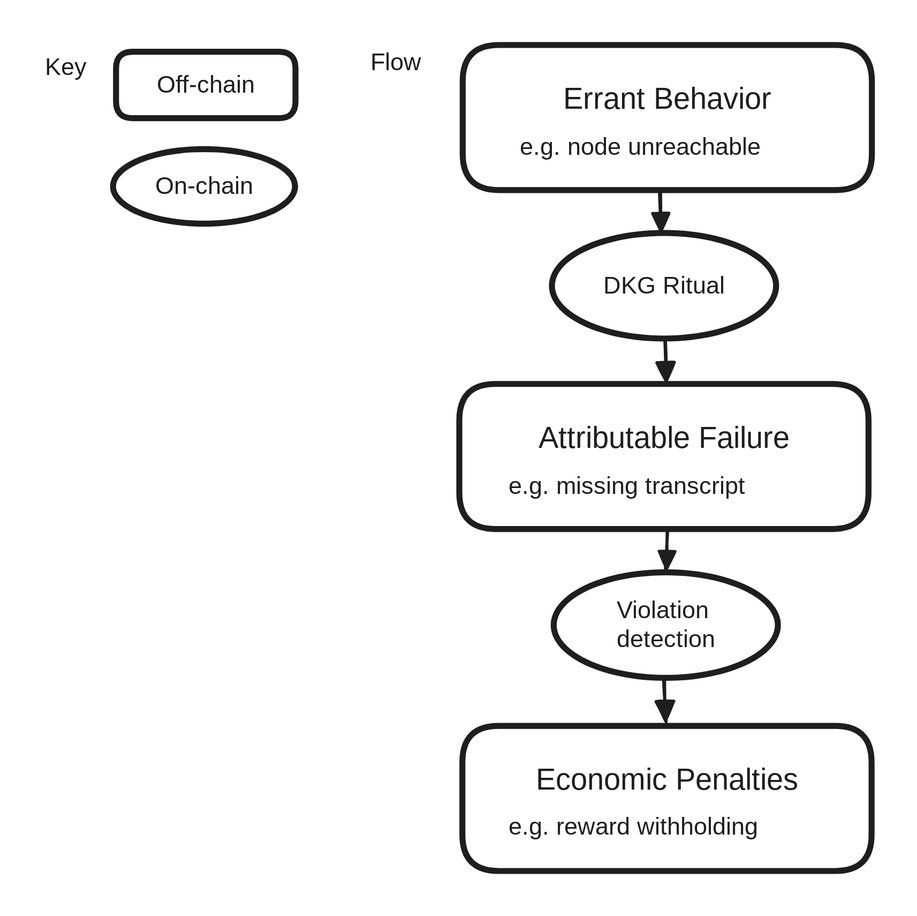
This is docs/.gitbook/assets/file.excalidraw (2).svg from threshold-network/threshold, a Excalidraw export, as it was before one commit. Source tidied: one line per element, renumbered; positions are measured from the earlier drawing's top-left corner, leaving out a move shared by most shapes. Its diagram source:
```json
{"id": 0, "type": "rectangle", "strokeColor": "#1e1e1e", "strokeWidth": 4, "roughness": 0, "round": true, "x": 279, "y": 0, "width": 273, "height": 97}
{"id": 1, "type": "text", "text": "Errant Behavior\n", "strokeColor": "#1e1e1e", "strokeWidth": 4, "roughness": 0, "fontSize": 20, "fontFamily": 3, "textAlign": "center", "verticalAlign": "middle", "inside": 0, "x": 327, "y": 24, "width": 176, "height": 48}
{"id": 2, "type": "text", "text": "e.g. node unreachable", "strokeColor": "#1e1e1e", "strokeWidth": 4, "roughness": 0, "fontSize": 16, "fontFamily": 3, "x": 317, "y": 58, "width": 197, "height": 19}
{"id": 3, "type": "ellipse", "strokeColor": "#1e1e1e", "strokeWidth": 4, "roughness": 0, "round": true, "x": 338, "y": 125, "width": 150, "height": 70}
{"id": 4, "type": "text", "text": "DKG Ritual", "strokeColor": "#1e1e1e", "strokeWidth": 4, "roughness": 0, "fontSize": 16, "fontFamily": 3, "textAlign": "center", "verticalAlign": "middle", "inside": 3, "x": 366, "y": 151, "width": 94, "height": 19}
{"id": 5, "type": "ellipse", "strokeColor": "#1e1e1e", "strokeWidth": 4, "roughness": 0, "round": true, "x": 339, "y": 352, "width": 150, "height": 70}
{"id": 6, "type": "text", "text": "Violation \ndetection", "strokeColor": "#1e1e1e", "strokeWidth": 4, "roughness": 0, "fontSize": 16, "fontFamily": 3, "textAlign": "center", "verticalAlign": "middle", "inside": 5, "x": 367, "y": 368, "width": 94, "height": 38}
{"id": 7, "type": "rectangle", "strokeColor": "#1e1e1e", "strokeWidth": 4, "roughness": 0, "round": true, "x": 276, "y": 226, "width": 273, "height": 97}
{"id": 8, "type": "text", "text": "Attributable Failure\n", "strokeColor": "#1e1e1e", "strokeWidth": 4, "roughness": 0, "fontSize": 20, "fontFamily": 3, "textAlign": "center", "verticalAlign": "middle", "inside": 7, "x": 296, "y": 250, "width": 234, "height": 48}
{"id": 9, "type": "text", "text": "e.g. missing transcript", "strokeColor": "#1e1e1e", "strokeWidth": 4, "roughness": 0, "fontSize": 16, "fontFamily": 3, "x": 309, "y": 285, "width": 216, "height": 19}
{"id": 10, "type": "rectangle", "strokeColor": "#1e1e1e", "strokeWidth": 4, "roughness": 0, "round": true, "x": 278, "y": 454, "width": 273, "height": 97}
{"id": 11, "type": "text", "text": "Economic Penalties\n", "strokeColor": "#1e1e1e", "strokeWidth": 4, "roughness": 0, "fontSize": 20, "fontFamily": 3, "textAlign": "center", "verticalAlign": "middle", "inside": 10, "x": 309, "y": 478, "width": 211, "height": 48}
{"id": 12, "type": "text", "text": "e.g. reward withholding", "strokeColor": "#1e1e1e", "strokeWidth": 4, "roughness": 0, "fontSize": 16, "fontFamily": 3, "x": 309, "y": 512, "width": 216, "height": 19}
{"id": 13, "type": "arrow", "strokeColor": "#1e1e1e", "strokeWidth": 2, "roughness": 1, "endArrowhead": "triangle", "round": true, "from": 0, "to": 3, "x": 410, "y": 99, "width": 0, "height": 26, "points": [[0, 0], [0, 26]]}
{"id": 14, "type": "arrow", "strokeColor": "#1e1e1e", "strokeWidth": 2, "roughness": 1, "endArrowhead": "triangle", "round": true, "from": 3, "to": 7, "x": 413, "y": 197, "width": 1, "height": 27, "points": [[0, 0], [1, 27]]}
{"id": 15, "type": "arrow", "strokeColor": "#1e1e1e", "strokeWidth": 2, "roughness": 1, "endArrowhead": "triangle", "round": true, "from": 7, "to": 5, "x": 415, "y": 325, "width": 1, "height": 25, "points": [[0, 0], [-1, 25]]}
{"id": 16, "type": "arrow", "strokeColor": "#1e1e1e", "strokeWidth": 2, "roughness": 1, "endArrowhead": "triangle", "round": true, "from": 5, "to": 10, "x": 413, "y": 423, "width": 1, "height": 28, "points": [[0, 0], [1, 28]]}
{"id": 17, "type": "rectangle", "strokeColor": "#1e1e1e", "strokeWidth": 4, "roughness": 0, "round": true, "x": 47, "y": 5, "width": 120, "height": 44}
{"id": 18, "type": "text", "text": "Off-chain", "strokeColor": "#1e1e1e", "strokeWidth": 4, "roughness": 0, "fontSize": 16.03, "fontFamily": 3, "textAlign": "center", "verticalAlign": "middle", "inside": 17, "x": 65, "y": 17, "width": 85, "height": 19}
{"id": 19, "type": "text", "text": "Key", "strokeColor": "#1e1e1e", "strokeWidth": 4, "roughness": 0, "fontSize": 16, "fontFamily": 3, "x": 0, "y": 5, "width": 28, "height": 19}
{"id": 20, "type": "text", "text": "Flow", "strokeColor": "#1e1e1e", "strokeWidth": 4, "roughness": 0, "fontSize": 16, "fontFamily": 3, "x": 217, "y": 2, "width": 38, "height": 19}
{"id": 21, "type": "ellipse", "strokeColor": "#1e1e1e", "strokeWidth": 4, "roughness": 0, "round": true, "x": 45, "y": 69, "width": 121, "height": 50}
{"id": 22, "type": "text", "text": "On-chain", "strokeColor": "#1e1e1e", "strokeWidth": 4, "roughness": 0, "fontSize": 16, "fontFamily": 3, "textAlign": "center", "verticalAlign": "middle", "inside": 21, "x": 69, "y": 85, "width": 75, "height": 19}
```
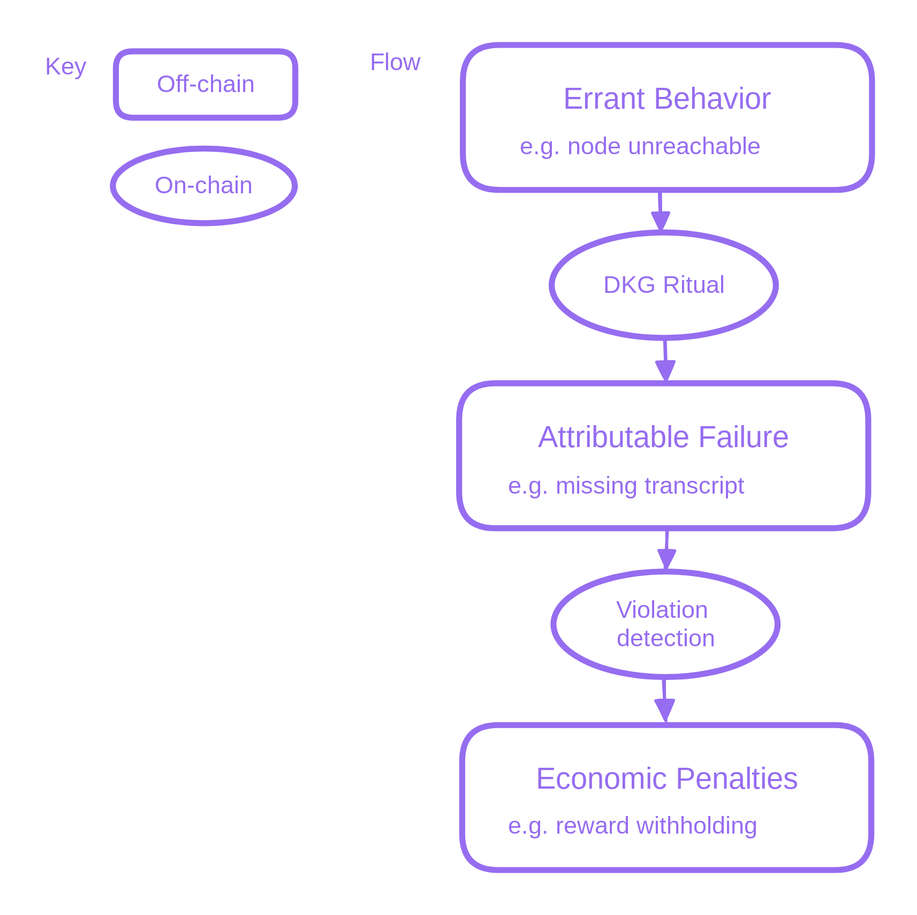
After the change.

Commit message:
GITBOOK-474: Diagram color fix

Diff of the diagram source:
```diff
@@ -1,23 +1,23 @@
-{"id": 0, "type": "rectangle", "strokeColor": "#1e1e1e", "strokeWidth": 4, "roughness": 0, "round": true, "x": 279, "y": 0, "width": 273, "height": 97}
+{"id": 0, "type": "rectangle", "strokeColor": "#966df0", "strokeWidth": 4, "roughness": 0, "round": true, "x": 279, "y": 0, "width": 273, "height": 97}
-{"id": 1, "type": "text", "text": "Errant Behavior\n", "strokeColor": "#1e1e1e", "strokeWidth": 4, "roughness": 0, "fontSize": 20, "fontFamily": 3, "textAlign": "center", "verticalAlign": "middle", "inside": 0, "x": 327, "y": 24, "width": 176, "height": 48}
+{"id": 1, "type": "text", "text": "Errant Behavior\n", "strokeColor": "#966df0", "strokeWidth": 4, "roughness": 0, "fontSize": 20, "fontFamily": 3, "textAlign": "center", "verticalAlign": "middle", "inside": 0, "x": 328, "y": 25, "width": 176, "height": 48}
-{"id": 2, "type": "text", "text": "e.g. node unreachable", "strokeColor": "#1e1e1e", "strokeWidth": 4, "roughness": 0, "fontSize": 16, "fontFamily": 3, "x": 317, "y": 58, "width": 197, "height": 19}
+{"id": 2, "type": "text", "text": "e.g. node unreachable", "strokeColor": "#966df0", "strokeWidth": 4, "roughness": 0, "fontSize": 16, "fontFamily": 3, "x": 317, "y": 58, "width": 197, "height": 19}
-{"id": 3, "type": "ellipse", "strokeColor": "#1e1e1e", "strokeWidth": 4, "roughness": 0, "round": true, "x": 338, "y": 125, "width": 150, "height": 70}
+{"id": 3, "type": "ellipse", "strokeColor": "#966df0", "strokeWidth": 4, "roughness": 0, "round": true, "x": 338, "y": 125, "width": 150, "height": 70}
-{"id": 4, "type": "text", "text": "DKG Ritual", "strokeColor": "#1e1e1e", "strokeWidth": 4, "roughness": 0, "fontSize": 16, "fontFamily": 3, "textAlign": "center", "verticalAlign": "middle", "inside": 3, "x": 366, "y": 151, "width": 94, "height": 19}
+{"id": 4, "type": "text", "text": "DKG Ritual", "strokeColor": "#966df0", "strokeWidth": 4, "roughness": 0, "fontSize": 16, "fontFamily": 3, "textAlign": "center", "verticalAlign": "middle", "inside": 3, "x": 366, "y": 151, "width": 94, "height": 19}
-{"id": 5, "type": "ellipse", "strokeColor": "#1e1e1e", "strokeWidth": 4, "roughness": 0, "round": true, "x": 339, "y": 352, "width": 150, "height": 70}
+{"id": 5, "type": "ellipse", "strokeColor": "#966df0", "strokeWidth": 4, "roughness": 0, "round": true, "x": 339, "y": 352, "width": 150, "height": 70}
-{"id": 6, "type": "text", "text": "Violation \ndetection", "strokeColor": "#1e1e1e", "strokeWidth": 4, "roughness": 0, "fontSize": 16, "fontFamily": 3, "textAlign": "center", "verticalAlign": "middle", "inside": 5, "x": 367, "y": 368, "width": 94, "height": 38}
+{"id": 6, "type": "text", "text": "Violation \ndetection", "strokeColor": "#966df0", "strokeWidth": 4, "roughness": 0, "fontSize": 16, "fontFamily": 3, "textAlign": "center", "verticalAlign": "middle", "inside": 5, "x": 367, "y": 368, "width": 94, "height": 38}
-{"id": 7, "type": "rectangle", "strokeColor": "#1e1e1e", "strokeWidth": 4, "roughness": 0, "round": true, "x": 276, "y": 226, "width": 273, "height": 97}
+{"id": 7, "type": "rectangle", "strokeColor": "#966df0", "strokeWidth": 4, "roughness": 0, "round": true, "x": 276, "y": 226, "width": 273, "height": 97}
-{"id": 8, "type": "text", "text": "Attributable Failure\n", "strokeColor": "#1e1e1e", "strokeWidth": 4, "roughness": 0, "fontSize": 20, "fontFamily": 3, "textAlign": "center", "verticalAlign": "middle", "inside": 7, "x": 296, "y": 250, "width": 234, "height": 48}
+{"id": 8, "type": "text", "text": "Attributable Failure\n", "strokeColor": "#966df0", "strokeWidth": 4, "roughness": 0, "fontSize": 20, "fontFamily": 3, "textAlign": "center", "verticalAlign": "middle", "inside": 7, "x": 296, "y": 250, "width": 234, "height": 48}
-{"id": 9, "type": "text", "text": "e.g. missing transcript", "strokeColor": "#1e1e1e", "strokeWidth": 4, "roughness": 0, "fontSize": 16, "fontFamily": 3, "x": 309, "y": 285, "width": 216, "height": 19}
+{"id": 9, "type": "text", "text": "e.g. missing transcript", "strokeColor": "#966df0", "strokeWidth": 4, "roughness": 0, "fontSize": 16, "fontFamily": 3, "x": 309, "y": 285, "width": 216, "height": 19}
-{"id": 10, "type": "rectangle", "strokeColor": "#1e1e1e", "strokeWidth": 4, "roughness": 0, "round": true, "x": 278, "y": 454, "width": 273, "height": 97}
+{"id": 10, "type": "rectangle", "strokeColor": "#966df0", "strokeWidth": 4, "roughness": 0, "round": true, "x": 278, "y": 454, "width": 273, "height": 97}
-{"id": 11, "type": "text", "text": "Economic Penalties\n", "strokeColor": "#1e1e1e", "strokeWidth": 4, "roughness": 0, "fontSize": 20, "fontFamily": 3, "textAlign": "center", "verticalAlign": "middle", "inside": 10, "x": 309, "y": 478, "width": 211, "height": 48}
+{"id": 11, "type": "text", "text": "Economic Penalties\n", "strokeColor": "#966df0", "strokeWidth": 4, "roughness": 0, "fontSize": 20, "fontFamily": 3, "textAlign": "center", "verticalAlign": "middle", "inside": 10, "x": 309, "y": 478, "width": 211, "height": 48}
-{"id": 12, "type": "text", "text": "e.g. reward withholding", "strokeColor": "#1e1e1e", "strokeWidth": 4, "roughness": 0, "fontSize": 16, "fontFamily": 3, "x": 309, "y": 512, "width": 216, "height": 19}
+{"id": 12, "type": "text", "text": "e.g. reward withholding", "strokeColor": "#966df0", "strokeWidth": 4, "roughness": 0, "fontSize": 16, "fontFamily": 3, "x": 309, "y": 512, "width": 216, "height": 19}
-{"id": 13, "type": "arrow", "strokeColor": "#1e1e1e", "strokeWidth": 2, "roughness": 1, "endArrowhead": "triangle", "round": true, "from": 0, "to": 3, "x": 410, "y": 99, "width": 0, "height": 26, "points": [[0, 0], [0, 26]]}
+{"id": 13, "type": "arrow", "strokeColor": "#966df0", "strokeWidth": 2, "roughness": 1, "endArrowhead": "triangle", "round": true, "from": 0, "to": 3, "x": 410, "y": 99, "width": 0, "height": 26, "points": [[0, 0], [0, 26]]}
-{"id": 14, "type": "arrow", "strokeColor": "#1e1e1e", "strokeWidth": 2, "roughness": 1, "endArrowhead": "triangle", "round": true, "from": 3, "to": 7, "x": 413, "y": 197, "width": 1, "height": 27, "points": [[0, 0], [1, 27]]}
+{"id": 14, "type": "arrow", "strokeColor": "#966df0", "strokeWidth": 2, "roughness": 1, "endArrowhead": "triangle", "round": true, "from": 3, "to": 7, "x": 413, "y": 197, "width": 1, "height": 27, "points": [[0, 0], [1, 27]]}
-{"id": 15, "type": "arrow", "strokeColor": "#1e1e1e", "strokeWidth": 2, "roughness": 1, "endArrowhead": "triangle", "round": true, "from": 7, "to": 5, "x": 415, "y": 325, "width": 1, "height": 25, "points": [[0, 0], [-1, 25]]}
+{"id": 15, "type": "arrow", "strokeColor": "#966df0", "strokeWidth": 2, "roughness": 1, "endArrowhead": "triangle", "round": true, "from": 7, "to": 5, "x": 415, "y": 325, "width": 1, "height": 25, "points": [[0, 0], [-1, 25]]}
-{"id": 16, "type": "arrow", "strokeColor": "#1e1e1e", "strokeWidth": 2, "roughness": 1, "endArrowhead": "triangle", "round": true, "from": 5, "to": 10, "x": 413, "y": 423, "width": 1, "height": 28, "points": [[0, 0], [1, 28]]}
+{"id": 16, "type": "arrow", "strokeColor": "#966df0", "strokeWidth": 2, "roughness": 1, "endArrowhead": "triangle", "round": true, "from": 5, "to": 10, "x": 413, "y": 423, "width": 1, "height": 28, "points": [[0, 0], [1, 28]]}
-{"id": 17, "type": "rectangle", "strokeColor": "#1e1e1e", "strokeWidth": 4, "roughness": 0, "round": true, "x": 47, "y": 5, "width": 120, "height": 44}
+{"id": 17, "type": "rectangle", "strokeColor": "#966df0", "strokeWidth": 4, "roughness": 0, "round": true, "x": 47, "y": 5, "width": 120, "height": 44}
-{"id": 18, "type": "text", "text": "Off-chain", "strokeColor": "#1e1e1e", "strokeWidth": 4, "roughness": 0, "fontSize": 16.03, "fontFamily": 3, "textAlign": "center", "verticalAlign": "middle", "inside": 17, "x": 65, "y": 17, "width": 85, "height": 19}
+{"id": 18, "type": "text", "text": "Off-chain", "strokeColor": "#966df0", "strokeWidth": 4, "roughness": 0, "fontSize": 16.03, "fontFamily": 3, "textAlign": "center", "verticalAlign": "middle", "inside": 17, "x": 65, "y": 17, "width": 85, "height": 19}
-{"id": 19, "type": "text", "text": "Key", "strokeColor": "#1e1e1e", "strokeWidth": 4, "roughness": 0, "fontSize": 16, "fontFamily": 3, "x": 0, "y": 5, "width": 28, "height": 19}
+{"id": 19, "type": "text", "text": "Key", "strokeColor": "#966df0", "strokeWidth": 4, "roughness": 0, "fontSize": 16, "fontFamily": 3, "x": 0, "y": 5, "width": 28, "height": 19}
-{"id": 20, "type": "text", "text": "Flow", "strokeColor": "#1e1e1e", "strokeWidth": 4, "roughness": 0, "fontSize": 16, "fontFamily": 3, "x": 217, "y": 2, "width": 38, "height": 19}
+{"id": 20, "type": "text", "text": "Flow", "strokeColor": "#966df0", "strokeWidth": 4, "roughness": 0, "fontSize": 16, "fontFamily": 3, "x": 217, "y": 2, "width": 38, "height": 19}
-{"id": 21, "type": "ellipse", "strokeColor": "#1e1e1e", "strokeWidth": 4, "roughness": 0, "round": true, "x": 45, "y": 69, "width": 121, "height": 50}
+{"id": 21, "type": "ellipse", "strokeColor": "#966df0", "strokeWidth": 4, "roughness": 0, "round": true, "x": 45, "y": 69, "width": 121, "height": 50}
-{"id": 22, "type": "text", "text": "On-chain", "strokeColor": "#1e1e1e", "strokeWidth": 4, "roughness": 0, "fontSize": 16, "fontFamily": 3, "textAlign": "center", "verticalAlign": "middle", "inside": 21, "x": 69, "y": 85, "width": 75, "height": 19}
+{"id": 22, "type": "text", "text": "On-chain", "strokeColor": "#966df0", "strokeWidth": 4, "roughness": 0, "fontSize": 16, "fontFamily": 3, "textAlign": "center", "verticalAlign": "middle", "inside": 21, "x": 69, "y": 85, "width": 75, "height": 19}
```
